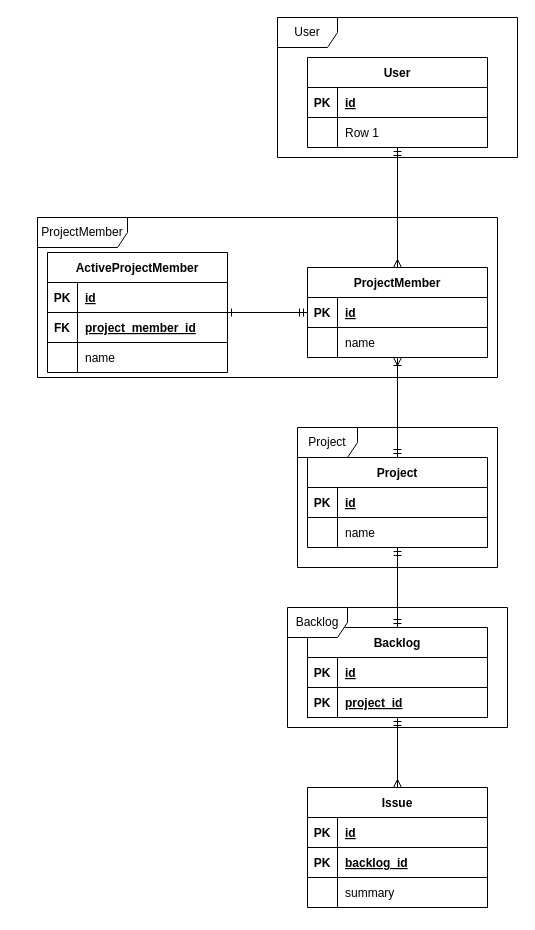
Earlier version of the draw.io diagram liega.drawio (ippachi/liega). Source tidied: cells renumbered, new cells numbered last; positions are measured from the earlier drawing's top-left corner, leaving out a move shared by most shapes. Both pictures are drawn from the tidied source at 100%, with x=0, y=0 at pixel (17, 17).
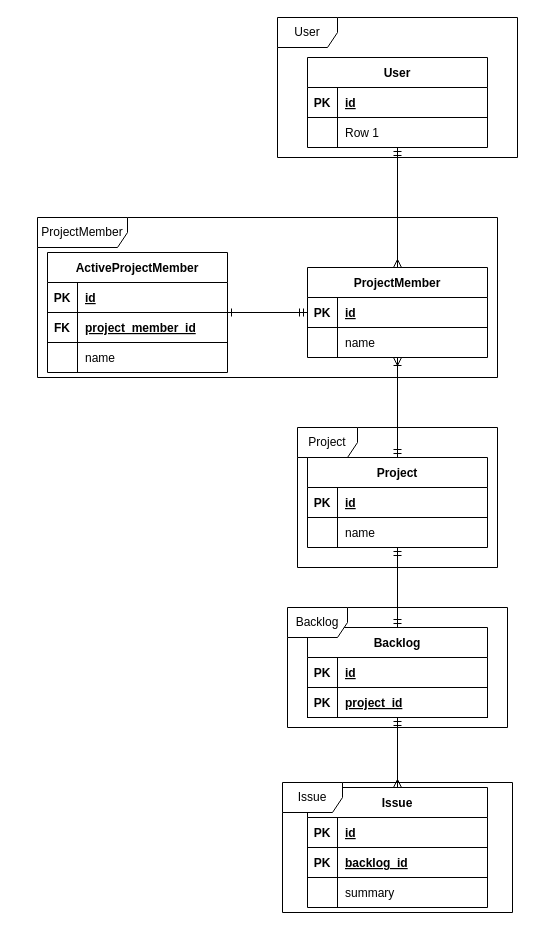
The same page after the edit.

Diff of the diagram source:
```diff
@@
+    <mxCell id="63" value="Issue" style="shape=umlFrame;whiteSpace=wrap;html=1;" parent="1" vertex="1">
+      <mxGeometry x="265" y="765" width="230" height="130" as="geometry" />
+    </mxCell>
```
